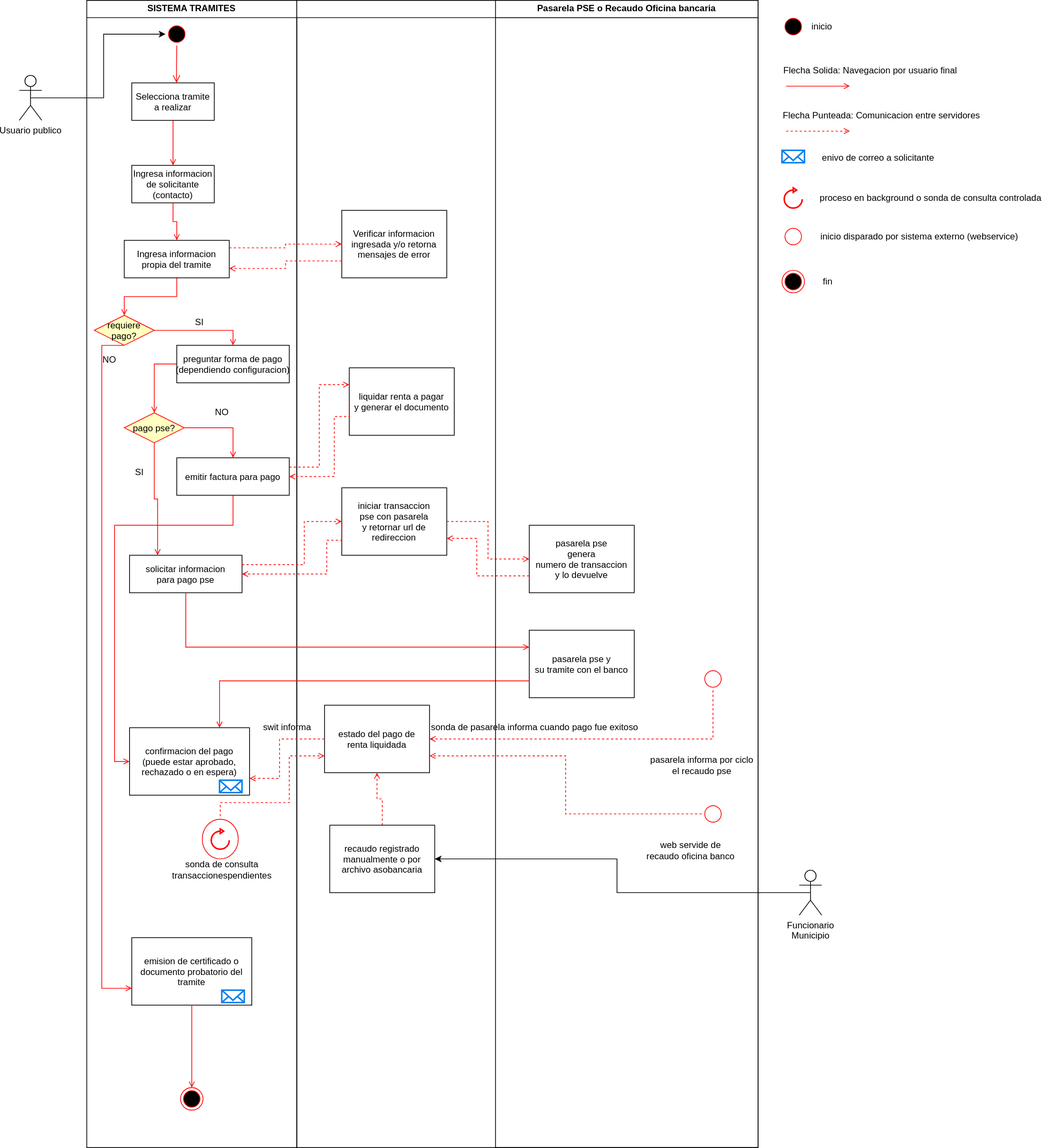
adelaossa/alcance_tramites keeps this draw.io diagram as Diagramas/Secuencia.drawio.svg. Above is the earlier version. Source tidied: cells renumbered, new cells last; positions are measured from the earlier drawing's top-left corner, leaving out a move shared by most shapes.
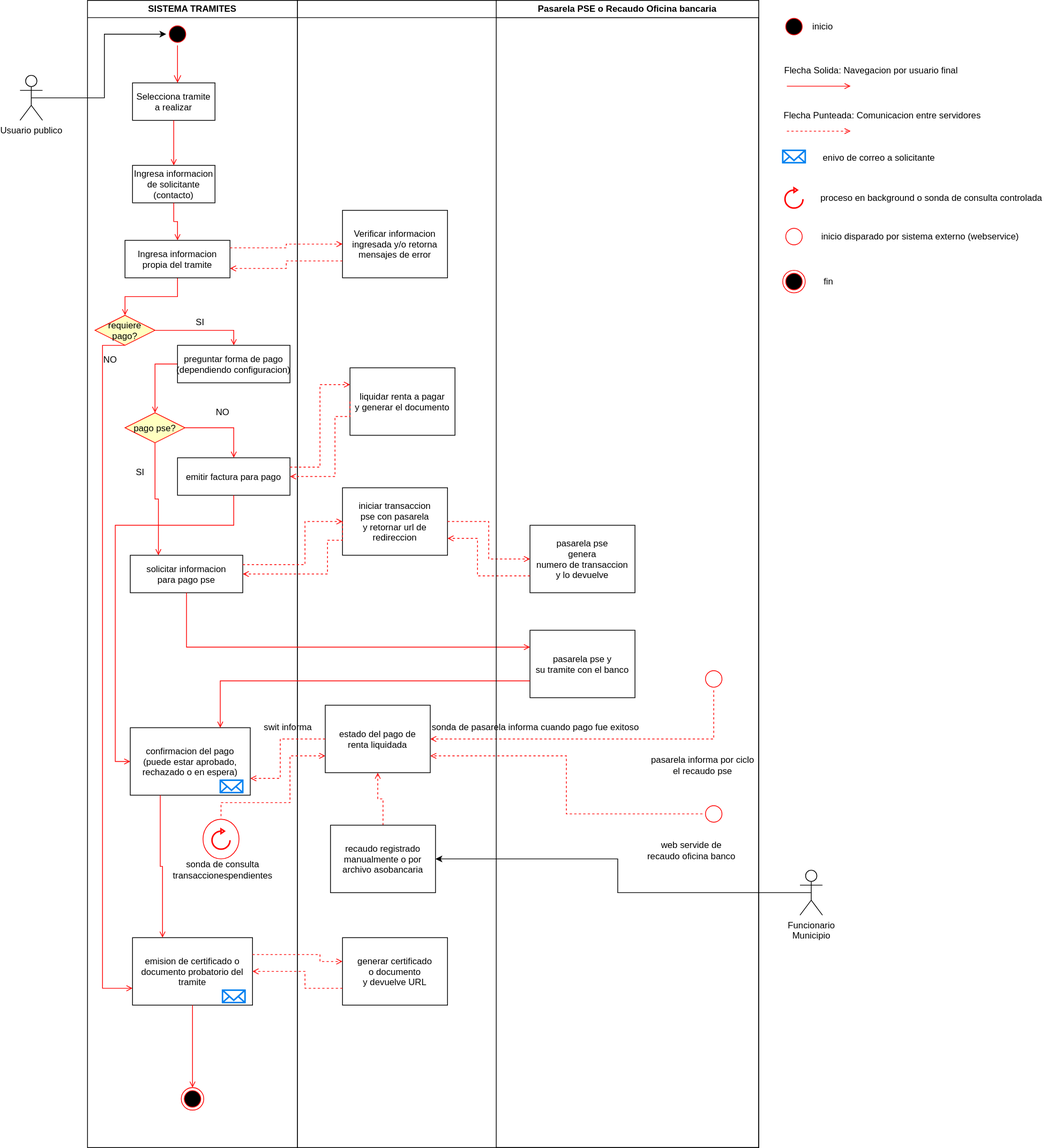
The same file after the commit.

Commit message:
arreglo diagrama de secuencias

What changed in the source:
```diff
@@ -176,6 +176,9 @@
     <mxCell id="49" value="Pasarela PSE o Recaudo Oficina bancaria" style="swimlane;whiteSpace=wrap;" parent="23" vertex="1">
       <mxGeometry x="265" width="350" height="1530" as="geometry" />
     </mxCell>
+    <mxCell id="83" value="generar certificado &#10;o documento &#10;y devuelve URL" parent="23" vertex="1">
+      <mxGeometry x="60" y="1250" width="140" height="90" as="geometry" />
+    </mxCell>
     <mxCell id="50" style="edgeStyle=orthogonalEdgeStyle;rounded=0;jettySize=auto;html=1;exitX=0.5;exitY=0.5;exitDx=0;exitDy=0;exitPerimeter=0;entryX=0;entryY=0.5;entryDx=0;entryDy=0;" parent="1" edge="1" source="51" target="21">
       <mxGeometry relative="1" as="geometry" />
     </mxCell>
@@ -308,5 +311,24 @@
     <mxCell id="82" style="edgeStyle=orthogonalEdgeStyle;rounded=0;jettySize=auto;html=1;entryX=0.5;entryY=0;entryDx=0;entryDy=0;startArrow=none;endArrow=open;endFill=1;strokeColor=#FF0000;" parent="1" edge="1" source="19" target="80">
       <mxGeometry relative="1" as="geometry" />
     </mxCell>
+    <mxCell id="84" style="edgeStyle=orthogonalEdgeStyle;rounded=0;jettySize=auto;html=1;exitX=0.25;exitY=1;exitDx=0;exitDy=0;entryX=0.25;entryY=0;entryDx=0;entryDy=0;strokeColor=#FF0000;endFill=1;endArrow=open;" parent="1" edge="1" source="26" target="19">
+      <mxGeometry relative="1" as="geometry" />
+    </mxCell>
+    <mxCell id="85" style="edgeStyle=orthogonalEdgeStyle;rounded=0;jettySize=auto;html=1;exitX=1;exitY=0.25;exitDx=0;exitDy=0;entryX=-0.001;entryY=0.353;entryDx=0;entryDy=0;entryPerimeter=0;dashed=1;strokeColor=#FF0000;endFill=1;endArrow=open;" parent="1" edge="1" source="19" target="83">
+      <mxGeometry relative="1" as="geometry">
+        <Array as="points">
+          <mxPoint x="400" y="1273" />
+          <mxPoint x="400" y="1282" />
+        </Array>
+      </mxGeometry>
+    </mxCell>
+    <mxCell id="86" style="edgeStyle=orthogonalEdgeStyle;rounded=0;jettySize=auto;html=1;exitX=0;exitY=0.75;exitDx=0;exitDy=0;entryX=1;entryY=0.5;entryDx=0;entryDy=0;dashed=1;strokeColor=#FF0000;endFill=1;endArrow=open;" parent="1" edge="1" source="83" target="19">
+      <mxGeometry relative="1" as="geometry">
+        <Array as="points">
+          <mxPoint x="380" y="1318" />
+          <mxPoint x="380" y="1295" />
+        </Array>
+      </mxGeometry>
+    </mxCell>
   </root>
 </mxGraphModel>
```
